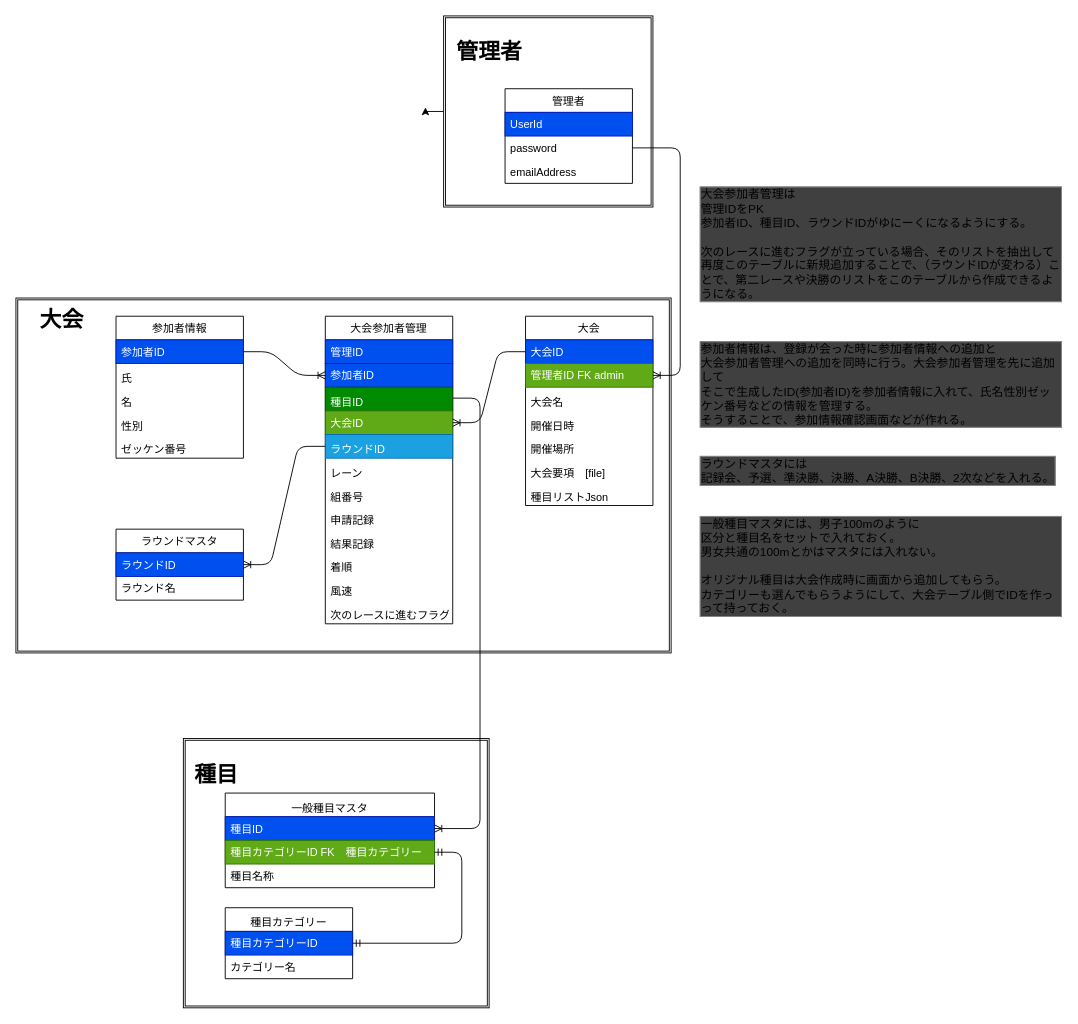
Before: doc/dataModel.drawio in keganokami/kekuriku, a draw.io diagram. Source tidied: cells renumbered, new cells numbered last; positions are measured from the earlier drawing's top-left corner, leaving out a move shared by most shapes. Both pictures are drawn from the tidied source at 91%, with x=0, y=0 at pixel (15, 15).
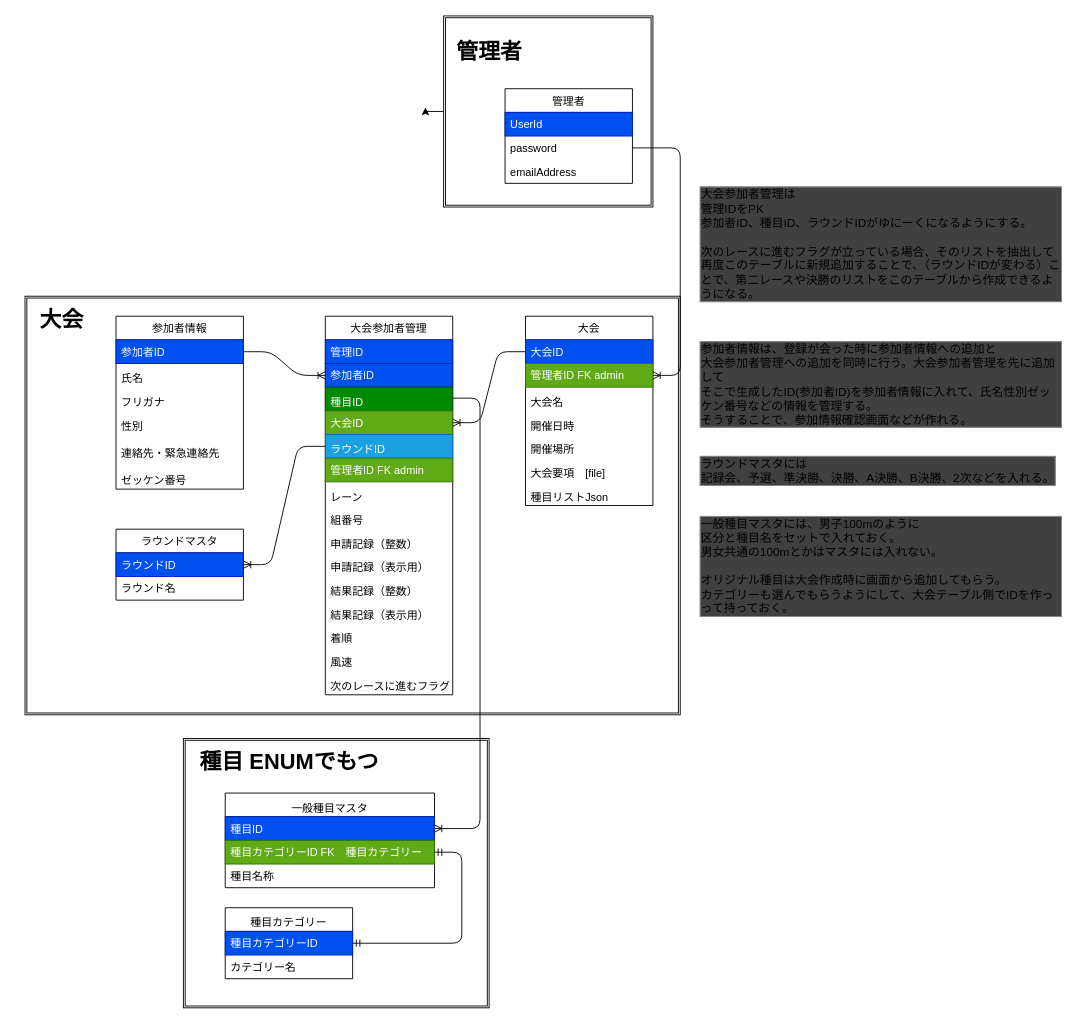
Above is the later version.

What changed in the source:
```diff
@@
-    <mxCell id="5" style="shape=ext;double=1;rounded=0;whiteSpace=wrap;html=1;verticalAlign=bottom;" parent="1" vertex="1">
-      <mxGeometry y="310" width="720" height="390" as="geometry" />
+    <mxCell id="5" style="shape=ext;double=1;rounded=0;whiteSpace=wrap;html=1;verticalAlign=bottom;fontStyle=1;" parent="1" vertex="1">
+      <mxGeometry x="10" y="308" width="720" height="460" as="geometry" />
     </mxCell>
@@
-    <mxCell id="27" value="種目" style="text;strokeColor=none;fillColor=none;html=1;fontSize=24;fontStyle=1;verticalAlign=middle;align=center;" parent="1" vertex="1">
-      <mxGeometry x="170" y="814" width="100" height="40" as="geometry" />
+    <mxCell id="27" value="種目 ENUMでもつ" style="text;strokeColor=none;fillColor=none;html=1;fontSize=24;fontStyle=1;verticalAlign=middle;align=center;" parent="1" vertex="1">
+      <mxGeometry x="250" y="800" width="100" height="40" as="geometry" />
     </mxCell>
@@
     <mxCell id="33" value="大会参加者管理" style="swimlane;fontStyle=0;horizontal=1;startSize=26;fillColor=none;" parent="1" vertex="1">
-      <mxGeometry x="340" y="330" width="140" height="338" as="geometry" />
+      <mxGeometry x="340" y="330" width="140" height="416" as="geometry" />
     </mxCell>
@@
+    <mxCell id="60" value="管理者ID FK admin&#10;" style="text;strokeColor=#2D7600;fillColor=#60a917;align=left;verticalAlign=top;spacingLeft=4;spacingRight=4;overflow=hidden;fontColor=#ffffff;" parent="33" vertex="1">
+      <mxGeometry y="156" width="140" height="26" as="geometry" />
+    </mxCell>
     <mxCell id="39" value="レーン" style="text;strokeColor=none;fillColor=none;align=left;verticalAlign=bottom;spacingLeft=4;spacingRight=4;overflow=hidden;" parent="33" vertex="1">
-      <mxGeometry y="156" width="140" height="26" as="geometry" />
+      <mxGeometry y="182" width="140" height="26" as="geometry" />
     </mxCell>
     <mxCell id="40" value="組番号" style="text;strokeColor=none;fillColor=none;align=left;verticalAlign=bottom;spacingLeft=4;spacingRight=4;overflow=hidden;" parent="33" vertex="1">
-      <mxGeometry y="182" width="140" height="26" as="geometry" />
+      <mxGeometry y="208" width="140" height="26" as="geometry" />
     </mxCell>
-    <mxCell id="41" value="申請記録" style="text;strokeColor=none;fillColor=none;align=left;verticalAlign=bottom;spacingLeft=4;spacingRight=4;overflow=hidden;" parent="33" vertex="1">
-      <mxGeometry y="208" width="140" height="26" as="geometry" />
+    <mxCell id="41" value="申請記録（整数）" style="text;strokeColor=none;fillColor=none;align=left;verticalAlign=bottom;spacingLeft=4;spacingRight=4;overflow=hidden;" parent="33" vertex="1">
+      <mxGeometry y="234" width="140" height="26" as="geometry" />
     </mxCell>
+    <mxCell id="61" value="申請記録（表示用）" style="text;strokeColor=none;fillColor=none;align=left;verticalAlign=bottom;spacingLeft=4;spacingRight=4;overflow=hidden;" parent="33" vertex="1">
+      <mxGeometry y="260" width="140" height="26" as="geometry" />
+    </mxCell>
-    <mxCell id="42" value="結果記録" style="text;strokeColor=none;fillColor=none;align=left;verticalAlign=bottom;spacingLeft=4;spacingRight=4;overflow=hidden;" parent="33" vertex="1">
-      <mxGeometry y="234" width="140" height="26" as="geometry" />
+    <mxCell id="42" value="結果記録（整数）" style="text;strokeColor=none;fillColor=none;align=left;verticalAlign=bottom;spacingLeft=4;spacingRight=4;overflow=hidden;" parent="33" vertex="1">
+      <mxGeometry y="286" width="140" height="26" as="geometry" />
     </mxCell>
+    <mxCell id="62" value="結果記録（表示用）" style="text;strokeColor=none;fillColor=none;align=left;verticalAlign=bottom;spacingLeft=4;spacingRight=4;overflow=hidden;" parent="33" vertex="1">
+      <mxGeometry y="312" width="140" height="26" as="geometry" />
+    </mxCell>
     <mxCell id="43" value="着順" style="text;strokeColor=none;fillColor=none;align=left;verticalAlign=bottom;spacingLeft=4;spacingRight=4;overflow=hidden;" parent="33" vertex="1">
-      <mxGeometry y="260" width="140" height="26" as="geometry" />
+      <mxGeometry y="338" width="140" height="26" as="geometry" />
     </mxCell>
     <mxCell id="44" value="風速" style="text;strokeColor=none;fillColor=none;align=left;verticalAlign=bottom;spacingLeft=4;spacingRight=4;overflow=hidden;" parent="33" vertex="1">
-      <mxGeometry y="286" width="140" height="26" as="geometry" />
+      <mxGeometry y="364" width="140" height="26" as="geometry" />
     </mxCell>
     <mxCell id="45" value="次のレースに進むフラグ" style="text;strokeColor=none;fillColor=none;align=left;verticalAlign=bottom;spacingLeft=4;spacingRight=4;overflow=hidden;" parent="33" vertex="1">
-      <mxGeometry y="312" width="140" height="26" as="geometry" />
+      <mxGeometry y="390" width="140" height="26" as="geometry" />
     </mxCell>
@@
     <mxCell id="48" value="参加者情報" style="swimlane;fontStyle=0;horizontal=1;startSize=26;fillColor=none;" parent="1" vertex="1">
-      <mxGeometry x="110" y="330" width="140" height="156" as="geometry" />
+      <mxGeometry x="110" y="330" width="140" height="190" as="geometry" />
     </mxCell>
@@
-    <mxCell id="50" value="氏" style="text;strokeColor=none;fillColor=none;align=left;verticalAlign=bottom;spacingLeft=4;spacingRight=4;overflow=hidden;" parent="48" vertex="1">
+    <mxCell id="50" value="氏名" style="text;strokeColor=none;fillColor=none;align=left;verticalAlign=bottom;spacingLeft=4;spacingRight=4;overflow=hidden;" parent="48" vertex="1">
       <mxGeometry y="52" width="140" height="26" as="geometry" />
     </mxCell>
-    <mxCell id="51" value="名" style="text;strokeColor=none;fillColor=none;align=left;verticalAlign=bottom;spacingLeft=4;spacingRight=4;overflow=hidden;" parent="48" vertex="1">
+    <mxCell id="51" value="フリガナ" style="text;strokeColor=none;fillColor=none;align=left;verticalAlign=bottom;spacingLeft=4;spacingRight=4;overflow=hidden;" parent="48" vertex="1">
       <mxGeometry y="78" width="140" height="26" as="geometry" />
     </mxCell>
@@
-    <mxCell id="53" value="ゼッケン番号" style="text;strokeColor=none;fillColor=none;align=left;verticalAlign=bottom;spacingLeft=4;spacingRight=4;overflow=hidden;" parent="48" vertex="1">
-      <mxGeometry y="130" width="140" height="26" as="geometry" />
+    <mxCell id="53" value="連絡先・緊急連絡先" style="text;strokeColor=none;fillColor=none;align=left;verticalAlign=bottom;spacingLeft=4;spacingRight=4;overflow=hidden;" parent="48" vertex="1">
+      <mxGeometry y="130" width="140" height="30" as="geometry" />
     </mxCell>
+    <mxCell id="63" value="ゼッケン番号" style="text;strokeColor=none;fillColor=none;align=left;verticalAlign=bottom;spacingLeft=4;spacingRight=4;overflow=hidden;" parent="48" vertex="1">
+      <mxGeometry y="160" width="140" height="30" as="geometry" />
+    </mxCell>
```
